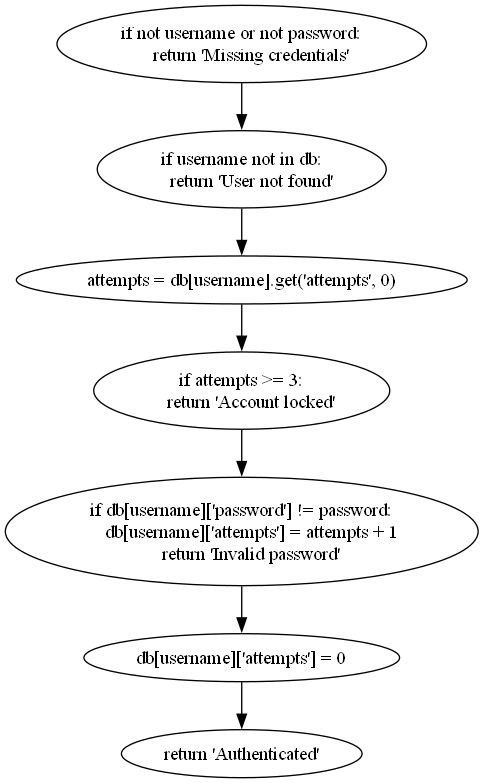
This is cfg.png from Cbr5hark/white-box-testing-lab, a Graphviz export, as it was before one commit. Its source is kept beside it as cfg.dot.
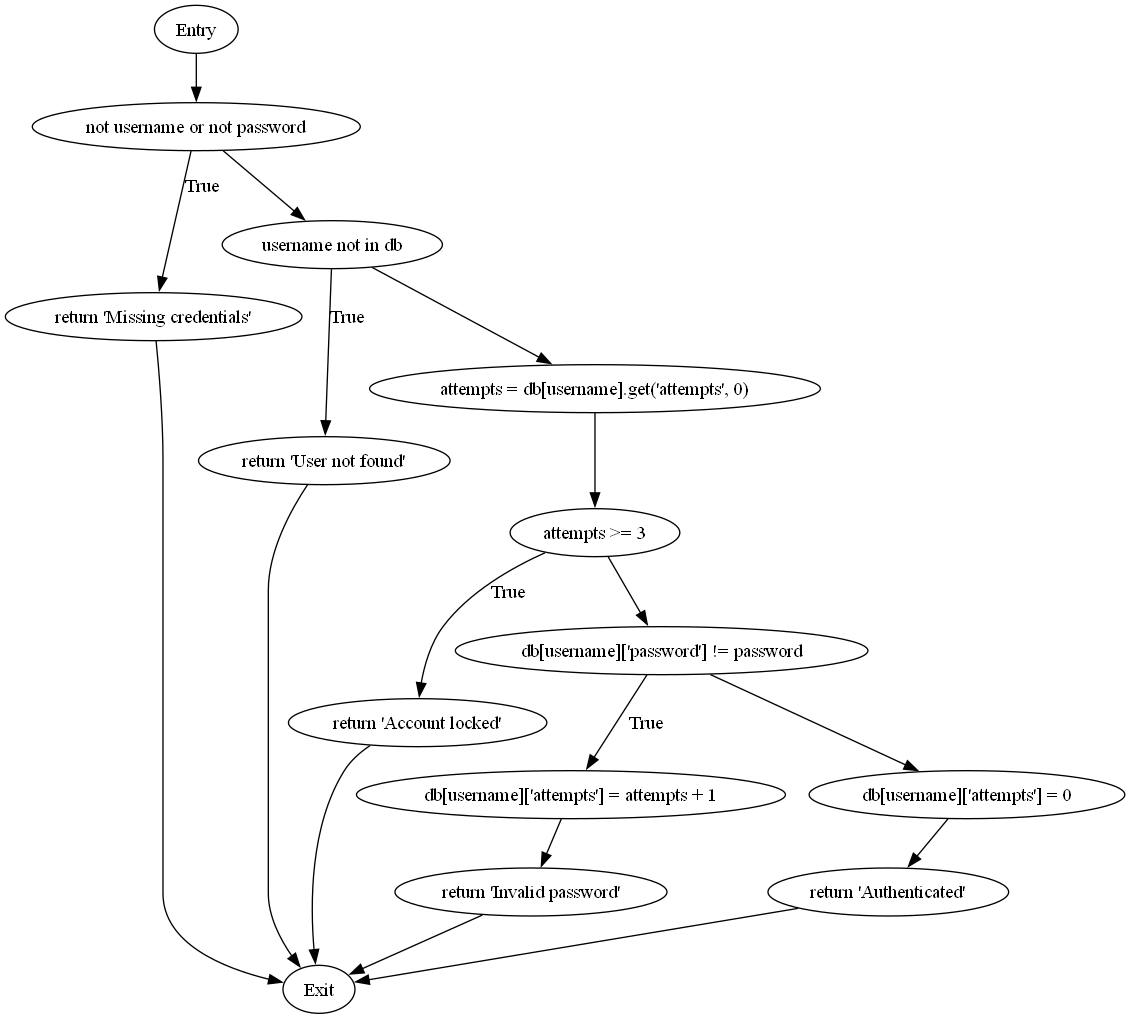
Above is the later version.

What changed in the source:
```diff
@@ -1,15 +1,33 @@
 strict digraph {
-n0 [label="if not username or not password:\n    return 'Missing credentials'"];
-n1 [label="if username not in db:\n    return 'User not found'"];
-n2 [label="attempts = db[username].get('attempts', 0)"];
-n3 [label="if attempts >= 3:\n    return 'Account locked'"];
-n4 [label="if db[username]['password'] != password:\n    db[username]['attempts'] = attempts + 1\n    return 'Invalid password'"];
-n5 [label="db[username]['attempts'] = 0"];
-n6 [label="return 'Authenticated'"];
-n0 -> n1;
-n1 -> n2;
-n2 -> n3;
-n3 -> n4;
-n4 -> n5;
-n5 -> n6;
+Entry [label=Entry];
+Exit [label=Exit];
+If_1 [label="not username or not password"];
+T_2 [label="return 'Missing credentials'"];
+If_3 [label="username not in db"];
+T_4 [label="return 'User not found'"];
+A_5 [label="attempts = db[username].get('attempts', 0)"];
+If_6 [label="attempts >= 3"];
+T_7 [label="return 'Account locked'"];
+If_8 [label="db[username]['password'] != password"];
+T_9 [label="db[username]['attempts'] = attempts + 1"];
+T_10 [label="return 'Invalid password'"];
+A_11 [label="db[username]['attempts'] = 0"];
+R_12 [label="return 'Authenticated'"];
+Entry -> If_1;
+If_1 -> T_2 [label=True];
+If_1 -> If_3;
+T_2 -> Exit;
+If_3 -> T_4 [label=True];
+If_3 -> A_5;
+T_4 -> Exit;
+A_5 -> If_6;
+If_6 -> T_7 [label=True];
+If_6 -> If_8;
+T_7 -> Exit;
+If_8 -> T_9 [label=True];
+If_8 -> A_11;
+T_9 -> T_10;
+T_10 -> Exit;
+A_11 -> R_12;
+R_12 -> Exit;
 }
```
